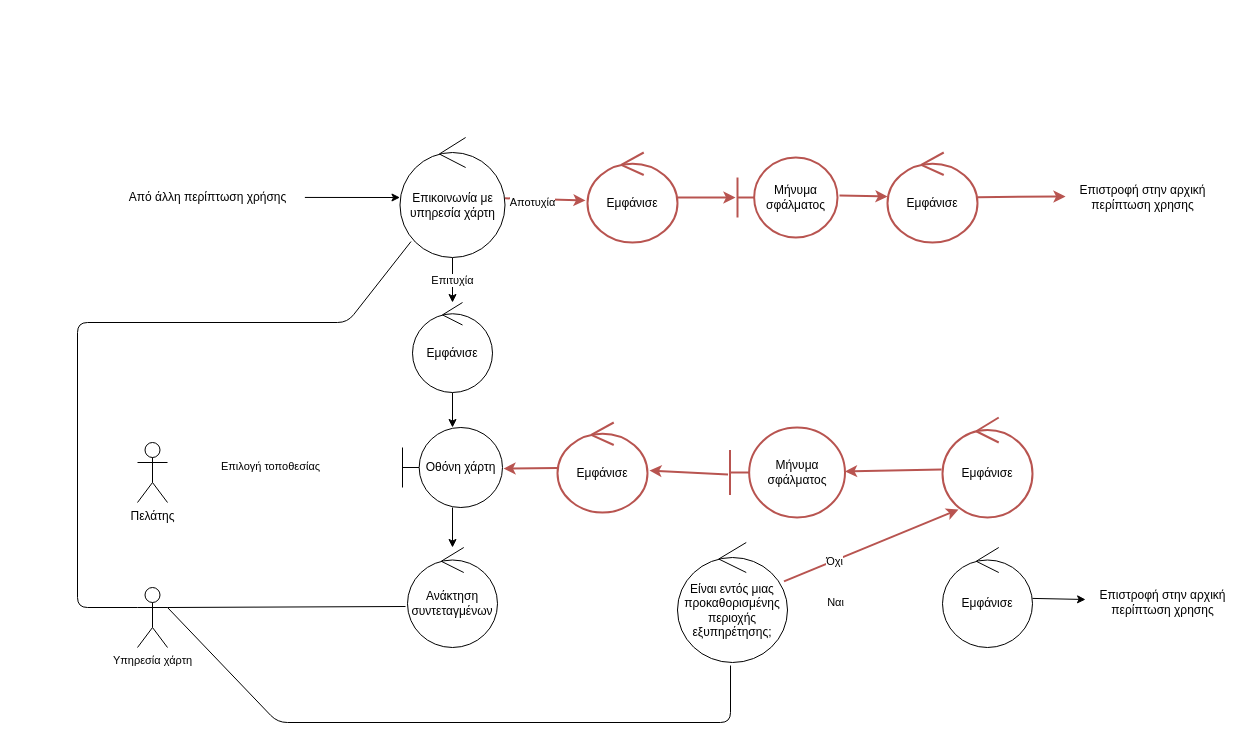
This is Part_2/Robustness/diagrams/12_Εισαγωγή_Τοποθεσίας.drawio from Nikolis2002/texnoligia_logismikou, a draw.io file, before an edit. Source tidied: cells renumbered, new cells numbered last; positions are measured from the earlier drawing's top-left corner, leaving out a move shared by most shapes. Both pictures are drawn from the tidied source at 100%, with x=0, y=0 at pixel (77, 137).
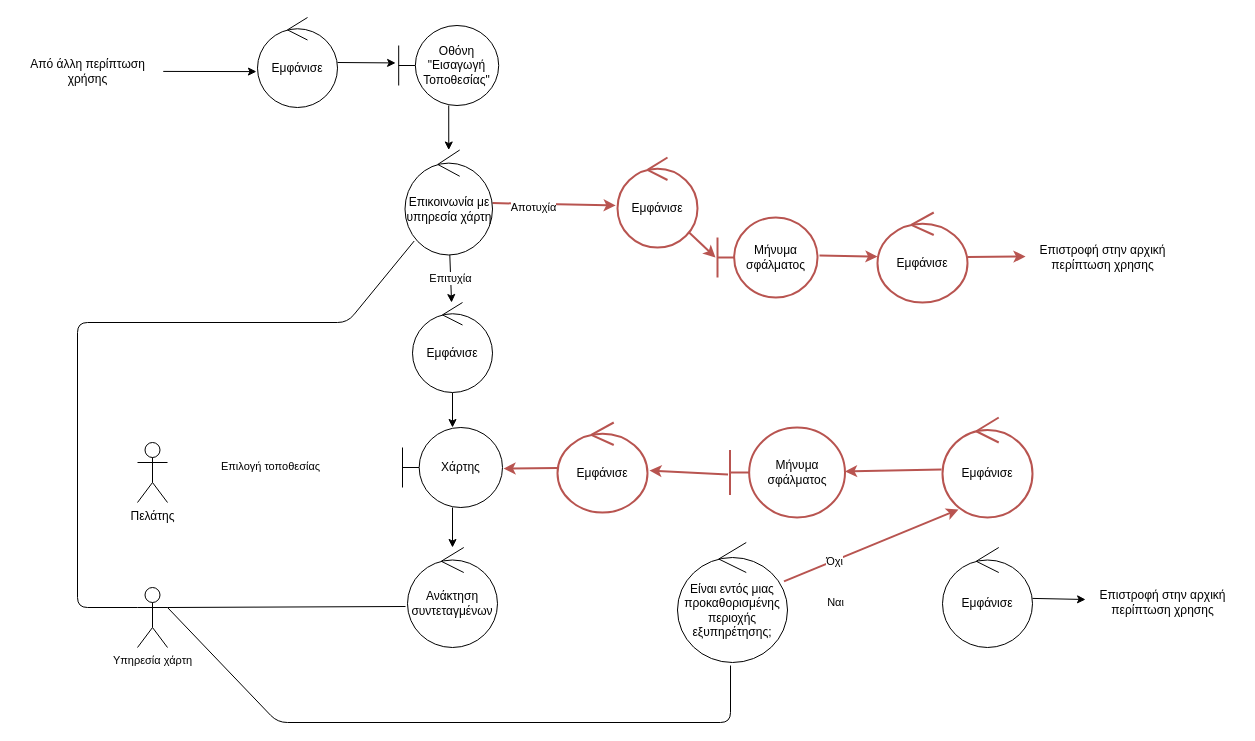
The same page after the edit.

What changed in the source:
```diff
@@
-    <mxCell id="5" style="edgeStyle=none;html=1;exitX=1.041;exitY=0.498;exitDx=0;exitDy=0;exitPerimeter=0;strokeWidth=1;" parent="1" edge="1" source="26" target="9">
+    <mxCell id="5" style="edgeStyle=none;html=1;exitX=1.041;exitY=0.498;exitDx=0;exitDy=0;exitPerimeter=0;strokeWidth=1;entryX=-0.013;entryY=0.601;entryDx=0;entryDy=0;entryPerimeter=0;" parent="1" edge="1" source="26" target="43">
       <mxGeometry relative="1" as="geometry" />
     </mxCell>
@@
     <mxCell id="9" value="Επικοινωνία με υπηρεσία χάρτη" style="ellipse;shape=umlControl;whiteSpace=wrap;html=1;strokeWidth=1;" parent="1" vertex="1">
-      <mxGeometry x="322.5" width="105" height="120" as="geometry" />
+      <mxGeometry x="327.5" y="12.5" width="87.5" height="105" as="geometry" />
     </mxCell>
@@
-    <mxCell id="11" value="Οθόνη χάρτη" style="shape=umlBoundary;whiteSpace=wrap;html=1;" parent="1" vertex="1">
+    <mxCell id="11" value="Χάρτης" style="shape=umlBoundary;whiteSpace=wrap;html=1;" parent="1" vertex="1">
       <mxGeometry x="325" y="290" width="100" height="80" as="geometry" />
     </mxCell>
@@
     <mxCell id="20" value="Εμφάνισε" style="ellipse;shape=umlControl;whiteSpace=wrap;html=1;strokeColor=#B85450;strokeWidth=2;" parent="1" vertex="1">
-      <mxGeometry x="510" y="15" width="90" height="90" as="geometry" />
+      <mxGeometry x="540" y="20" width="80" height="90" as="geometry" />
     </mxCell>
@@
     <mxCell id="22" value="Μήνυμα σφάλματος" style="shape=umlBoundary;whiteSpace=wrap;html=1;strokeColor=#B85450;strokeWidth=2;" parent="1" vertex="1">
-      <mxGeometry x="660" y="20" width="100" height="80" as="geometry" />
+      <mxGeometry x="640" y="80" width="100" height="80" as="geometry" />
     </mxCell>
@@
     <mxCell id="24" value="Εμφάνισε" style="ellipse;shape=umlControl;whiteSpace=wrap;html=1;strokeWidth=2;strokeColor=#B85450;" parent="1" vertex="1">
-      <mxGeometry x="810" y="15" width="90" height="90" as="geometry" />
+      <mxGeometry x="800" y="75" width="90" height="90" as="geometry" />
     </mxCell>
     <mxCell id="25" value="Επιστροφή στην αρχική&lt;br&gt;περίπτωση χρησης" style="text;html=1;align=center;verticalAlign=middle;points=[];strokeColor=none;fillColor=none;" parent="1" vertex="1">
-      <mxGeometry x="990" y="40" width="150" height="40" as="geometry" />
+      <mxGeometry x="950" y="100" width="150" height="40" as="geometry" />
     </mxCell>
-    <mxCell id="26" value="Από άλλη περίπτωση χρήσης" style="text;html=1;align=center;verticalAlign=middle;points=[];strokeColor=none;fillColor=none;strokeWidth=2;" parent="1" vertex="1">
-      <mxGeometry x="40" y="45" width="180" height="30" as="geometry" />
+    <mxCell id="26" value="Από άλλη περίπτωση&lt;br&gt;χρήσης" style="text;html=1;align=center;verticalAlign=middle;points=[];strokeColor=none;fillColor=none;strokeWidth=2;" parent="1" vertex="1">
+      <mxGeometry x="-60" y="-86" width="140" height="40" as="geometry" />
     </mxCell>
@@
+    <mxCell id="42" style="edgeStyle=none;html=1;entryX=-0.031;entryY=0.468;entryDx=0;entryDy=0;entryPerimeter=0;" parent="1" edge="1" source="43" target="45">
+      <mxGeometry relative="1" as="geometry" />
+    </mxCell>
+    <mxCell id="43" value="Εμφάνισε" style="ellipse;shape=umlControl;whiteSpace=wrap;html=1;" parent="1" vertex="1">
+      <mxGeometry x="180" y="-120" width="80" height="90" as="geometry" />
+    </mxCell>
+    <mxCell id="44" style="edgeStyle=none;html=1;" parent="1" edge="1" source="45" target="9">
+      <mxGeometry relative="1" as="geometry" />
+    </mxCell>
+    <mxCell id="45" value="Οθόνη &quot;Εισαγωγή Τοποθεσίας&quot;" style="shape=umlBoundary;whiteSpace=wrap;html=1;" parent="1" vertex="1">
+      <mxGeometry x="321.2" y="-112" width="100" height="80" as="geometry" />
+    </mxCell>
```
